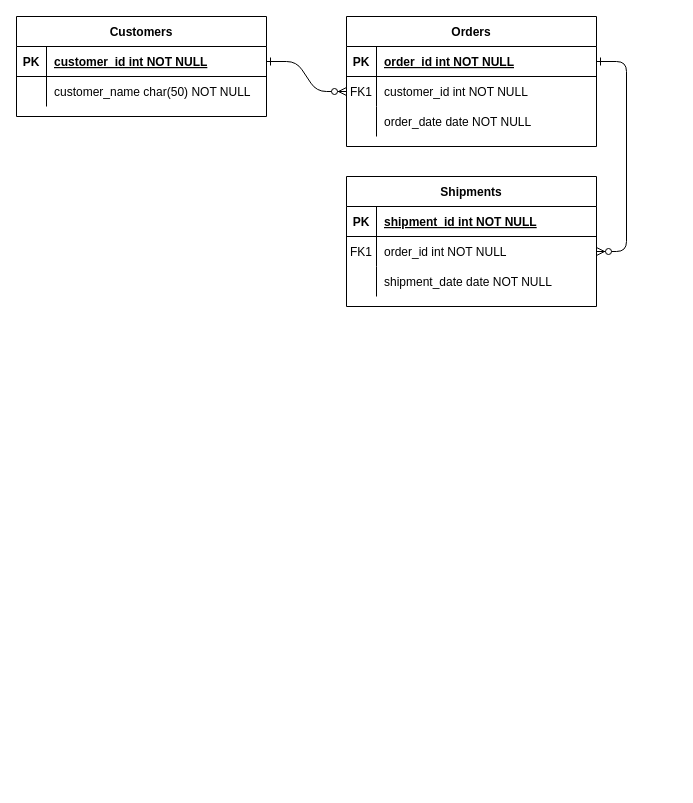
Above: cs598_datacuration_hw2_dealership1.drawio in kaipak/draw.io (draw.io), before the change. Source tidied: cells renumbered, new cells numbered last; positions are measured from the earlier drawing's top-left corner, leaving out a move shared by most shapes. Both pictures are drawn from the tidied source at 100%, with x=0, y=0 at pixel (16, 16).
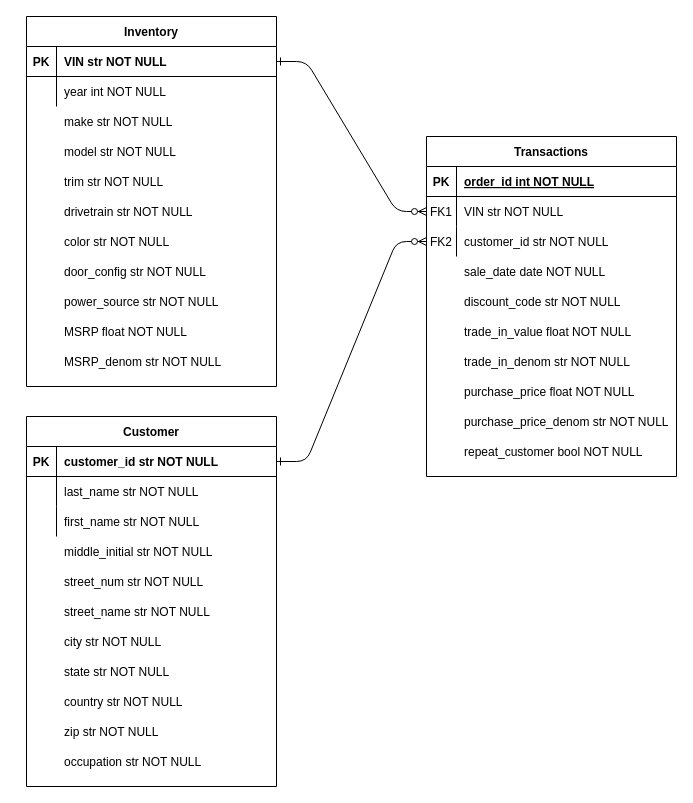
Above is the later version.

The change refers to these unchanged cells:
```xml
<mxCell id="5" style="shape=partialRectangle;fillColor=none;points=[[0,0.5],[1,0.5]];portConstraint=eastwest;top=0;left=0;right=0;bottom=1;" parent="4" vertex="1">
  <mxGeometry y="30" width="250" height="30" as="geometry" />
</mxCell>
<mxCell id="8" style="shape=partialRectangle;fillColor=none;points=[[0,0.5],[1,0.5]];portConstraint=eastwest;top=0;left=0;right=0;bottom=0;" parent="4" vertex="1">
  <mxGeometry y="60" width="250" height="30" as="geometry" />
</mxCell>
<mxCell id="11" style="shape=partialRectangle;fillColor=none;points=[[0,0.5],[1,0.5]];portConstraint=eastwest;top=0;left=0;right=0;bottom=0;" parent="4" vertex="1">
  <mxGeometry y="90" width="250" height="30" as="geometry" />
</mxCell>
<mxCell id="15" style="shape=partialRectangle;fillColor=none;points=[[0,0.5],[1,0.5]];portConstraint=eastwest;top=0;left=0;right=0;bottom=1;" parent="14" vertex="1">
  <mxGeometry y="30" width="250" height="30" as="geometry" />
</mxCell>
<mxCell id="18" style="shape=partialRectangle;fillColor=none;points=[[0,0.5],[1,0.5]];portConstraint=eastwest;top=0;left=0;right=0;bottom=0;" parent="14" vertex="1">
  <mxGeometry y="60" width="250" height="30" as="geometry" />
</mxCell>
<mxCell id="21" style="shape=partialRectangle;fillColor=none;top=0;left=0;right=0;bottom=0;" parent="14" vertex="1">
  <mxGeometry y="90" width="250" height="30" as="geometry" />
</mxCell>
<mxCell id="25" style="shape=partialRectangle;fillColor=none;points=[[0,0.5],[1,0.5]];portConstraint=eastwest;top=0;left=0;right=0;bottom=1;" parent="24" vertex="1">
  <mxGeometry y="30" width="250" height="30" as="geometry" />
</mxCell>
<mxCell id="28" style="shape=partialRectangle;fillColor=none;top=0;left=0;right=0;bottom=0;" parent="24" vertex="1">
  <mxGeometry y="60" width="250" height="30" as="geometry" />
</mxCell>
```

Change to the diagram source:
```diff
@@
-    <mxCell id="3" style="edgeStyle=entityRelationEdgeStyle;endArrow=ERzeroToMany;startArrow=ERone;endFill=1;startFill=0;" parent="1" edge="1" source="5" target="18">
-      <mxGeometry relative="1" as="geometry" />
-    </mxCell>
-    <mxCell id="4" value="Orders" style="shape=table;startSize=30;childLayout=tableLayout;rowLines=0;fontStyle=1;align=center;" parent="1" vertex="1">
-      <mxGeometry x="330" width="250" height="130" as="geometry" />
+    <mxCell id="4" value="Transactions" style="shape=table;startSize=30;childLayout=tableLayout;rowLines=0;fontStyle=1;align=center;" parent="1" vertex="1">
+      <mxGeometry x="410" y="120" width="250" height="340" as="geometry" />
     </mxCell>
@@
-    <mxCell id="10" value="customer_id int NOT NULL" style="shape=partialRectangle;overflow=hidden;fillColor=none;top=0;left=0;bottom=0;right=0;align=left;spacingLeft=6;" parent="8" vertex="1">
+    <mxCell id="10" value="VIN str NOT NULL" style="shape=partialRectangle;overflow=hidden;fillColor=none;top=0;left=0;bottom=0;right=0;align=left;spacingLeft=6;" parent="8" vertex="1">
       <mxGeometry x="30" width="220" height="30" as="geometry" />
     </mxCell>
@@
-    <mxCell id="13" value="order_date date NOT NULL" style="shape=partialRectangle;overflow=hidden;fillColor=none;top=0;left=0;bottom=0;right=0;align=left;spacingLeft=6;" parent="11" vertex="1">
+    <mxCell id="13" value="customer_id str NOT NULL" style="shape=partialRectangle;overflow=hidden;fillColor=none;top=0;left=0;bottom=0;right=0;align=left;spacingLeft=6;" parent="11" vertex="1">
       <mxGeometry x="30" width="220" height="30" as="geometry" />
     </mxCell>
-    <mxCell id="14" value="Shipments" style="shape=table;startSize=30;childLayout=tableLayout;rowLines=0;fontStyle=1;align=center;" parent="1" vertex="1">
-      <mxGeometry x="330" y="160" width="250" height="130" as="geometry" />
+    <mxCell id="14" value="Customer" style="shape=table;startSize=30;childLayout=tableLayout;rowLines=0;fontStyle=1;align=center;" parent="1" vertex="1">
+      <mxGeometry x="10" y="400" width="250" height="370" as="geometry" />
     </mxCell>
@@
-    <mxCell id="17" value="shipment_id int NOT NULL " style="shape=partialRectangle;overflow=hidden;fillColor=none;top=0;left=0;bottom=0;right=0;align=left;spacingLeft=6;fontStyle=5;" parent="15" vertex="1">
+    <mxCell id="17" value="customer_id str NOT NULL " style="shape=partialRectangle;overflow=hidden;fillColor=none;top=0;left=0;bottom=0;right=0;align=left;spacingLeft=6;fontStyle=1;" parent="15" vertex="1">
       <mxGeometry x="30" width="220" height="30" as="geometry" />
     </mxCell>
@@
-    <mxCell id="19" value="FK1" style="shape=partialRectangle;overflow=hidden;fillColor=none;top=0;left=0;bottom=0;right=0;" parent="18" vertex="1">
+    <mxCell id="19" style="shape=partialRectangle;overflow=hidden;fillColor=none;top=0;left=0;bottom=0;right=0;" parent="18" vertex="1">
       <mxGeometry width="30" height="30" as="geometry" />
     </mxCell>
-    <mxCell id="20" value="order_id int NOT NULL" style="shape=partialRectangle;overflow=hidden;fillColor=none;top=0;left=0;bottom=0;right=0;align=left;spacingLeft=6;" parent="18" vertex="1">
+    <mxCell id="20" value="last_name str NOT NULL" style="shape=partialRectangle;overflow=hidden;fillColor=none;top=0;left=0;bottom=0;right=0;align=left;spacingLeft=6;" parent="18" vertex="1">
       <mxGeometry x="30" width="220" height="30" as="geometry" />
     </mxCell>
@@
-    <mxCell id="23" value="shipment_date date NOT NULL" style="shape=partialRectangle;overflow=hidden;fillColor=none;top=0;left=0;bottom=0;right=0;align=left;spacingLeft=6;" parent="21" vertex="1">
+    <mxCell id="23" value="first_name str NOT NULL" style="shape=partialRectangle;overflow=hidden;fillColor=none;top=0;left=0;bottom=0;right=0;align=left;spacingLeft=6;" parent="21" vertex="1">
       <mxGeometry x="30" width="220" height="30" as="geometry" />
     </mxCell>
-    <mxCell id="24" value="Customers" style="shape=table;startSize=30;childLayout=tableLayout;rowLines=0;fontStyle=1;align=center;" parent="1" vertex="1">
-      <mxGeometry width="250" height="100" as="geometry" />
+    <mxCell id="24" value="Inventory" style="shape=table;startSize=30;childLayout=tableLayout;rowLines=0;fontStyle=1;align=center;" parent="1" vertex="1">
+      <mxGeometry x="10" width="250" height="370" as="geometry" />
     </mxCell>
@@
-    <mxCell id="27" value="customer_id int NOT NULL " style="shape=partialRectangle;overflow=hidden;fillColor=none;top=0;left=0;bottom=0;right=0;align=left;spacingLeft=6;fontStyle=5;" parent="25" vertex="1">
+    <mxCell id="27" value="VIN str NOT NULL" style="shape=partialRectangle;overflow=hidden;fillColor=none;top=0;left=0;bottom=0;right=0;align=left;spacingLeft=6;fontStyle=1;" parent="25" vertex="1">
       <mxGeometry x="30" width="220" height="30" as="geometry" />
     </mxCell>
@@
-    <mxCell id="30" value="customer_name char(50) NOT NULL" style="shape=partialRectangle;overflow=hidden;fillColor=none;top=0;left=0;bottom=0;right=0;align=left;spacingLeft=6;" parent="28" vertex="1">
+    <mxCell id="30" value="year int NOT NULL" style="shape=partialRectangle;overflow=hidden;fillColor=none;top=0;left=0;bottom=0;right=0;align=left;spacingLeft=6;" parent="28" vertex="1">
       <mxGeometry x="30" width="220" height="30" as="geometry" />
     </mxCell>
+    <mxCell id="31" value="make str NOT NULL" style="shape=partialRectangle;overflow=hidden;fillColor=none;top=0;left=0;bottom=0;right=0;align=left;spacingLeft=6;" parent="1" vertex="1">
+      <mxGeometry x="40" y="90" width="220" height="30" as="geometry" />
+    </mxCell>
+    <mxCell id="32" value="model str NOT NULL" style="shape=partialRectangle;overflow=hidden;fillColor=none;top=0;left=0;bottom=0;right=0;align=left;spacingLeft=6;" parent="1" vertex="1">
+      <mxGeometry x="40" y="120" width="220" height="30" as="geometry" />
+    </mxCell>
+    <mxCell id="33" value="trim str NOT NULL" style="shape=partialRectangle;overflow=hidden;fillColor=none;top=0;left=0;bottom=0;right=0;align=left;spacingLeft=6;" parent="1" vertex="1">
+      <mxGeometry x="40" y="150" width="220" height="30" as="geometry" />
+    </mxCell>
+    <mxCell id="34" value="drivetrain str NOT NULL" style="shape=partialRectangle;overflow=hidden;fillColor=none;top=0;left=0;bottom=0;right=0;align=left;spacingLeft=6;" parent="1" vertex="1">
+      <mxGeometry x="40" y="180" width="220" height="30" as="geometry" />
+    </mxCell>
+    <mxCell id="35" value="color str NOT NULL" style="shape=partialRectangle;overflow=hidden;fillColor=none;top=0;left=0;bottom=0;right=0;align=left;spacingLeft=6;" parent="1" vertex="1">
+      <mxGeometry x="40" y="210" width="220" height="30" as="geometry" />
+    </mxCell>
+    <mxCell id="36" value="door_config str NOT NULL" style="shape=partialRectangle;overflow=hidden;fillColor=none;top=0;left=0;bottom=0;right=0;align=left;spacingLeft=6;" parent="1" vertex="1">
+      <mxGeometry x="40" y="240" width="220" height="30" as="geometry" />
+    </mxCell>
+    <mxCell id="37" value="power_source str NOT NULL" style="shape=partialRectangle;overflow=hidden;fillColor=none;top=0;left=0;bottom=0;right=0;align=left;spacingLeft=6;" parent="1" vertex="1">
+      <mxGeometry x="40" y="270" width="220" height="30" as="geometry" />
+    </mxCell>
+    <mxCell id="38" value="MSRP float NOT NULL" style="shape=partialRectangle;overflow=hidden;fillColor=none;top=0;left=0;bottom=0;right=0;align=left;spacingLeft=6;" parent="1" vertex="1">
+      <mxGeometry x="40" y="300" width="220" height="30" as="geometry" />
+    </mxCell>
+    <mxCell id="39" value="MSRP_denom str NOT NULL" style="shape=partialRectangle;overflow=hidden;fillColor=none;top=0;left=0;bottom=0;right=0;align=left;spacingLeft=6;" parent="1" vertex="1">
+      <mxGeometry x="40" y="330" width="220" height="30" as="geometry" />
+    </mxCell>
+    <mxCell id="40" value="FK2" style="shape=partialRectangle;overflow=hidden;fillColor=none;top=0;left=0;bottom=0;right=0;" parent="1" vertex="1">
+      <mxGeometry x="410" y="210" width="30" height="30" as="geometry" />
+    </mxCell>
+    <mxCell id="41" style="edgeStyle=entityRelationEdgeStyle;endArrow=ERzeroToMany;startArrow=ERone;endFill=1;startFill=0;exitX=1;exitY=0.5;exitDx=0;exitDy=0;entryX=0;entryY=0.5;entryDx=0;entryDy=0;" parent="1" edge="1" source="15" target="11">
+      <mxGeometry relative="1" as="geometry" />
+    </mxCell>
+    <mxCell id="42" value="sale_date date NOT NULL" style="shape=partialRectangle;overflow=hidden;fillColor=none;top=0;left=0;bottom=0;right=0;align=left;spacingLeft=6;" parent="1" vertex="1">
+      <mxGeometry x="440" y="240" width="220" height="30" as="geometry" />
+    </mxCell>
+    <mxCell id="43" value="purchase_price_denom str NOT NULL" style="shape=partialRectangle;overflow=hidden;fillColor=none;top=0;left=0;bottom=0;right=0;align=left;spacingLeft=6;" parent="1" vertex="1">
+      <mxGeometry x="440" y="390" width="220" height="30" as="geometry" />
+    </mxCell>
+    <mxCell id="44" value="repeat_customer bool NOT NULL" style="shape=partialRectangle;overflow=hidden;fillColor=none;top=0;left=0;bottom=0;right=0;align=left;spacingLeft=6;" parent="1" vertex="1">
+      <mxGeometry x="440" y="420" width="220" height="30" as="geometry" />
+    </mxCell>
+    <mxCell id="45" value="discount_code str NOT NULL" style="shape=partialRectangle;overflow=hidden;fillColor=none;top=0;left=0;bottom=0;right=0;align=left;spacingLeft=6;" parent="1" vertex="1">
+      <mxGeometry x="440" y="270" width="220" height="30" as="geometry" />
+    </mxCell>
+    <mxCell id="46" value="purchase_price float NOT NULL" style="shape=partialRectangle;overflow=hidden;fillColor=none;top=0;left=0;bottom=0;right=0;align=left;spacingLeft=6;" parent="1" vertex="1">
+      <mxGeometry x="440" y="360" width="220" height="30" as="geometry" />
+    </mxCell>
+    <mxCell id="47" value="trade_in_denom str NOT NULL" style="shape=partialRectangle;overflow=hidden;fillColor=none;top=0;left=0;bottom=0;right=0;align=left;spacingLeft=6;" parent="1" vertex="1">
+      <mxGeometry x="440" y="330" width="220" height="30" as="geometry" />
+    </mxCell>
+    <mxCell id="48" value="trade_in_value float NOT NULL" style="shape=partialRectangle;overflow=hidden;fillColor=none;top=0;left=0;bottom=0;right=0;align=left;spacingLeft=6;" parent="1" vertex="1">
+      <mxGeometry x="440" y="300" width="220" height="30" as="geometry" />
+    </mxCell>
+    <mxCell id="49" value="middle_initial str NOT NULL" style="shape=partialRectangle;overflow=hidden;fillColor=none;top=0;left=0;bottom=0;right=0;align=left;spacingLeft=6;" parent="1" vertex="1">
+      <mxGeometry x="40" y="520" width="220" height="30" as="geometry" />
+    </mxCell>
+    <mxCell id="50" value="street_num str NOT NULL" style="shape=partialRectangle;overflow=hidden;fillColor=none;top=0;left=0;bottom=0;right=0;align=left;spacingLeft=6;" parent="1" vertex="1">
+      <mxGeometry x="40" y="550" width="220" height="30" as="geometry" />
+    </mxCell>
+    <mxCell id="51" value="street_name str NOT NULL" style="shape=partialRectangle;overflow=hidden;fillColor=none;top=0;left=0;bottom=0;right=0;align=left;spacingLeft=6;" parent="1" vertex="1">
+      <mxGeometry x="40" y="580" width="220" height="30" as="geometry" />
+    </mxCell>
+    <mxCell id="52" value="city str NOT NULL" style="shape=partialRectangle;overflow=hidden;fillColor=none;top=0;left=0;bottom=0;right=0;align=left;spacingLeft=6;" parent="1" vertex="1">
+      <mxGeometry x="40" y="610" width="220" height="30" as="geometry" />
+    </mxCell>
+    <mxCell id="53" value="state str NOT NULL" style="shape=partialRectangle;overflow=hidden;fillColor=none;top=0;left=0;bottom=0;right=0;align=left;spacingLeft=6;" parent="1" vertex="1">
+      <mxGeometry x="40" y="640" width="220" height="30" as="geometry" />
+    </mxCell>
+    <mxCell id="54" value="country str NOT NULL" style="shape=partialRectangle;overflow=hidden;fillColor=none;top=0;left=0;bottom=0;right=0;align=left;spacingLeft=6;" parent="1" vertex="1">
+      <mxGeometry x="40" y="670" width="220" height="30" as="geometry" />
+    </mxCell>
+    <mxCell id="55" value="zip str NOT NULL" style="shape=partialRectangle;overflow=hidden;fillColor=none;top=0;left=0;bottom=0;right=0;align=left;spacingLeft=6;" parent="1" vertex="1">
+      <mxGeometry x="40" y="700" width="220" height="30" as="geometry" />
+    </mxCell>
+    <mxCell id="56" value="occupation str NOT NULL" style="shape=partialRectangle;overflow=hidden;fillColor=none;top=0;left=0;bottom=0;right=0;align=left;spacingLeft=6;" parent="1" vertex="1">
+      <mxGeometry x="40" y="730" width="220" height="30" as="geometry" />
+    </mxCell>
```
